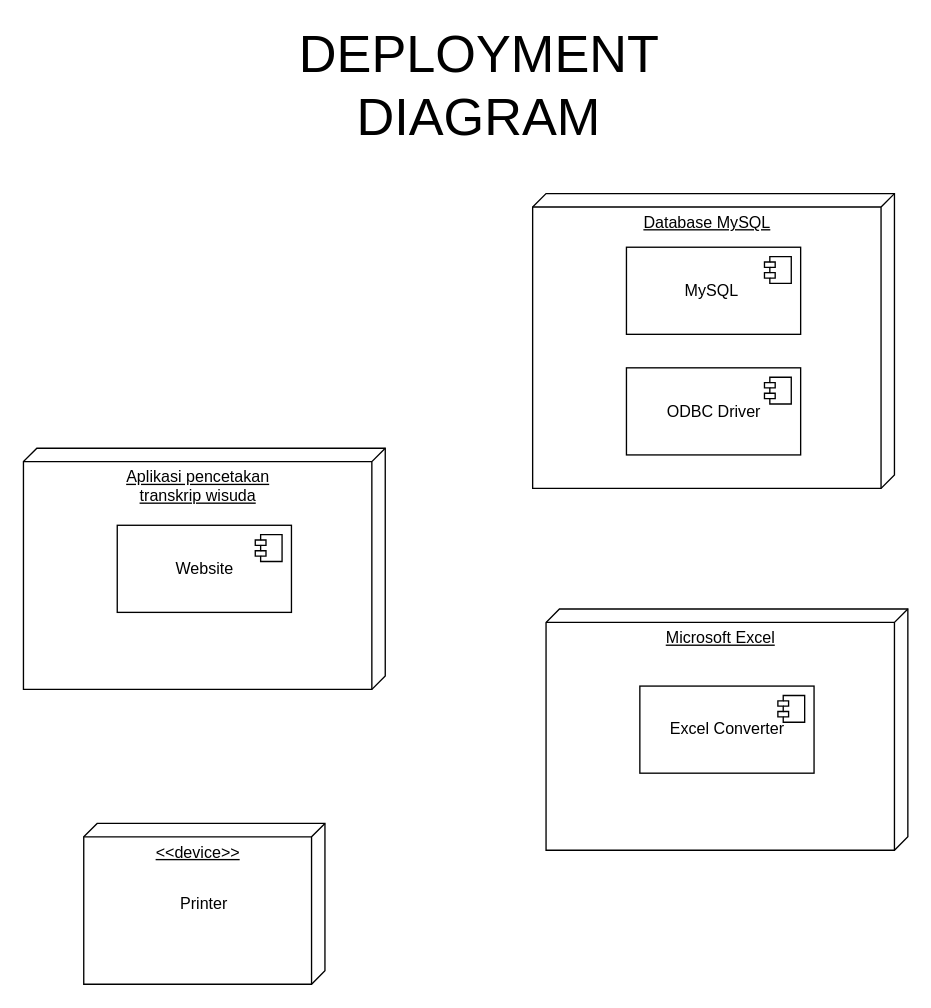
RidhoAnshory/drawiocloud keeps this draw.io diagram as page "Pemodelan Arsitektur Deployment Diagram" (8 of 8) of SIAKAD ERD.drawio. Above is the earlier version. Source tidied: cells renumbered, new cells numbered last; positions are measured from the earlier drawing's top-left corner, leaving out a move shared by most shapes. Both pictures are drawn from the tidied source at 134%, with x=0, y=0 at pixel (23, 72).
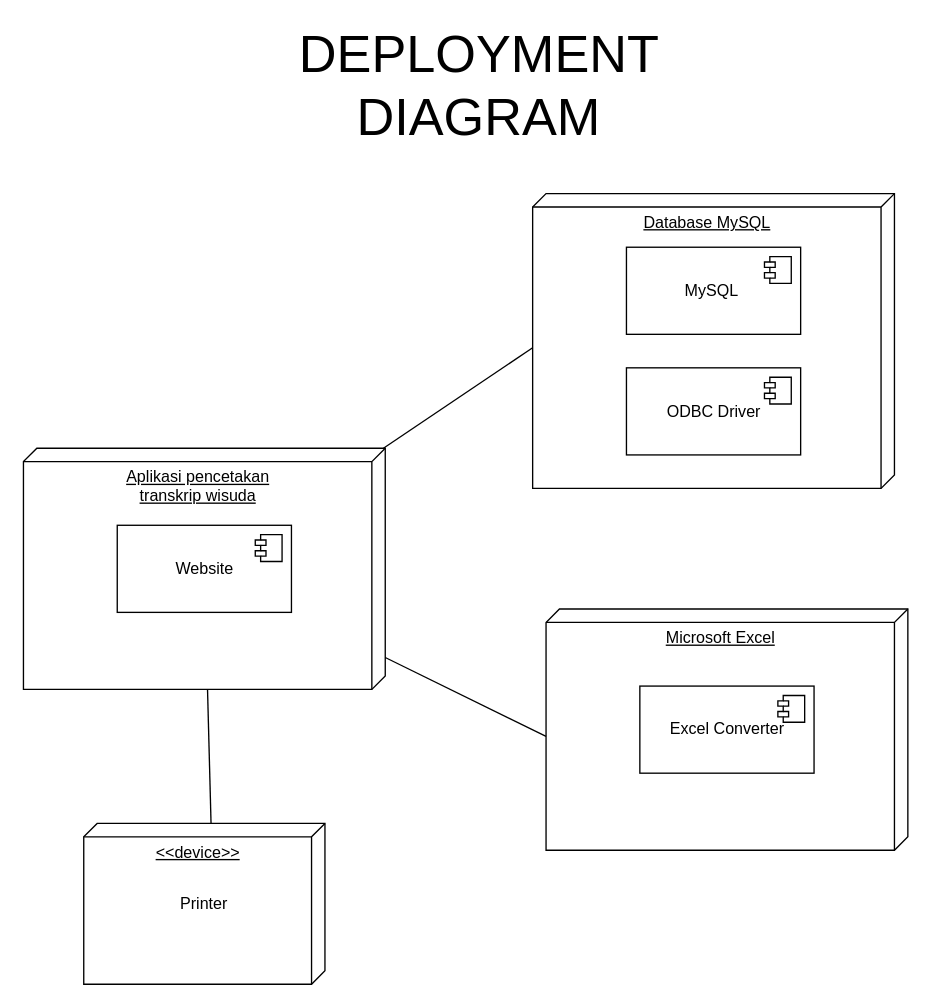
After the change.

Commit message:
Update Deployment Diagram Final

The change refers to these unchanged cells:
```xml
<mxCell id="4" value="Aplikasi pencetakan &lt;br&gt;transkrip wisuda" style="verticalAlign=top;align=center;spacingTop=8;spacingLeft=2;spacingRight=12;shape=cube;size=10;direction=south;fontStyle=4;html=1;" parent="3" vertex="1">
  <mxGeometry width="270" height="180" as="geometry" />
</mxCell>
<mxCell id="7" value="Database MySQL" style="verticalAlign=top;align=center;spacingTop=8;spacingLeft=2;spacingRight=12;shape=cube;size=10;direction=south;fontStyle=4;html=1;" parent="1" vertex="1">
  <mxGeometry x="380" y="90" width="270" height="220" as="geometry" />
</mxCell>
<mxCell id="13" value="Microsoft Excel" style="verticalAlign=top;align=center;spacingTop=8;spacingLeft=2;spacingRight=12;shape=cube;size=10;direction=south;fontStyle=4;html=1;" parent="12" vertex="1">
  <mxGeometry width="270" height="180" as="geometry" />
</mxCell>
<mxCell id="16" value="&amp;lt;&amp;lt;device&amp;gt;&amp;gt;&lt;br&gt;" style="verticalAlign=top;align=center;spacingTop=8;spacingLeft=2;spacingRight=12;shape=cube;size=10;direction=south;fontStyle=4;html=1;" parent="1" vertex="1">
  <mxGeometry x="45" y="560" width="180" height="120" as="geometry" />
</mxCell>
```

Change to the diagram source:
```diff
@@
+    <mxCell id="18" style="rounded=0;jettySize=auto;html=1;entryX=0;entryY=0;entryDx=95;entryDy=270;entryPerimeter=0;endArrow=none;endFill=0;" parent="1" edge="1" source="4" target="13">
+      <mxGeometry relative="1" as="geometry" />
+    </mxCell>
+    <mxCell id="19" style="edgeStyle=none;rounded=0;jettySize=auto;html=1;entryX=0;entryY=0;entryDx=115;entryDy=270;entryPerimeter=0;endArrow=none;endFill=0;" parent="1" edge="1" source="4" target="7">
+      <mxGeometry relative="1" as="geometry" />
+    </mxCell>
+    <mxCell id="20" style="edgeStyle=none;rounded=0;jettySize=auto;html=1;entryX=0;entryY=0;entryDx=0;entryDy=85;entryPerimeter=0;endArrow=none;endFill=0;" parent="1" edge="1" source="4" target="16">
+      <mxGeometry relative="1" as="geometry" />
+    </mxCell>
```
